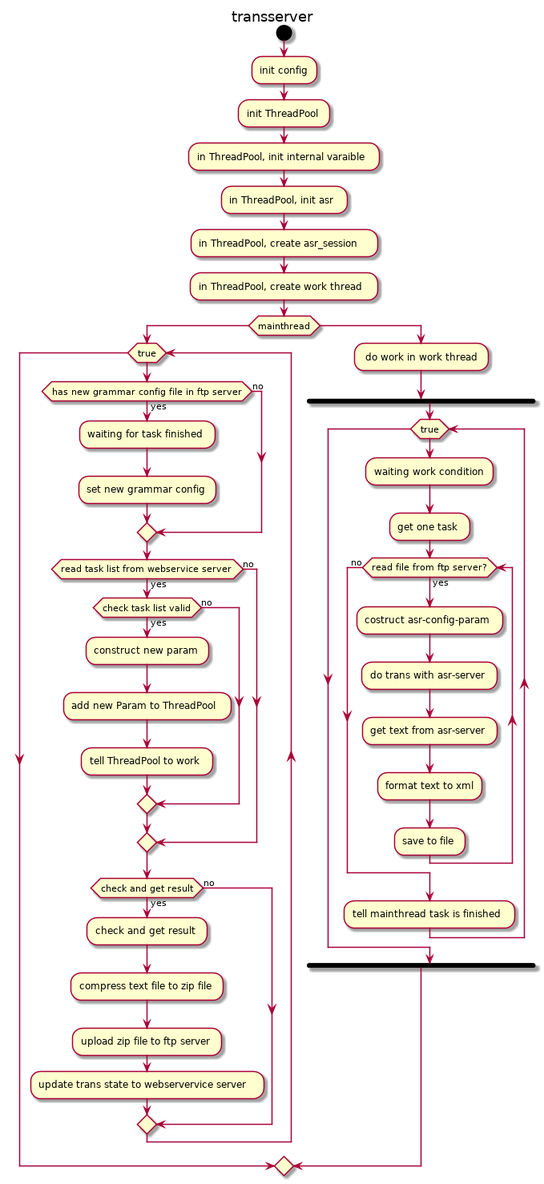
Earlier version of the PlantUML export practise/plantuml/transserver.png (sczzq/symmetrical-spoon). The source it was exported from:
```plantuml
@startuml

title transserver

start

:init config;
:init ThreadPool;
:in ThreadPool, init internal varaible;
:in ThreadPool, init asr;
:in ThreadPool, create asr_session;
:in ThreadPool, create work thread;
if (mainthread)
	while (true)
		if (has new grammar config file in ftp server) then (yes)
			:waiting for task finished;
			:set new grammar config;
		else (no)
		endif
		if (read task list from webservice server) then (yes)
			if (check task list valid) then (yes)
				:construct new param;
				:add new Param to ThreadPool;
				:tell ThreadPool to work;
			else (no)
			endif
		else (no)
		endif
		if (check and get result) then (yes)
			:check and get result;
			:compress text file to zip file;
			:upload zip file to ftp server;
			:update trans state to webservervice server;
		else (no)
		endif
	endwhile
else
	: do work in work thread;
	fork
		while (true)
		    :waiting work condition;
		    :get one task;
			while (read file from ftp server?) is (yes)
				:costruct asr-config-param;
				:do trans with asr-server;
				:get text from asr-server;
				:format text to xml;
				:save to file;
			endwhile (no)
			:tell mainthread task is finished;
		endwhile
	end fork
endif


@enduml
```
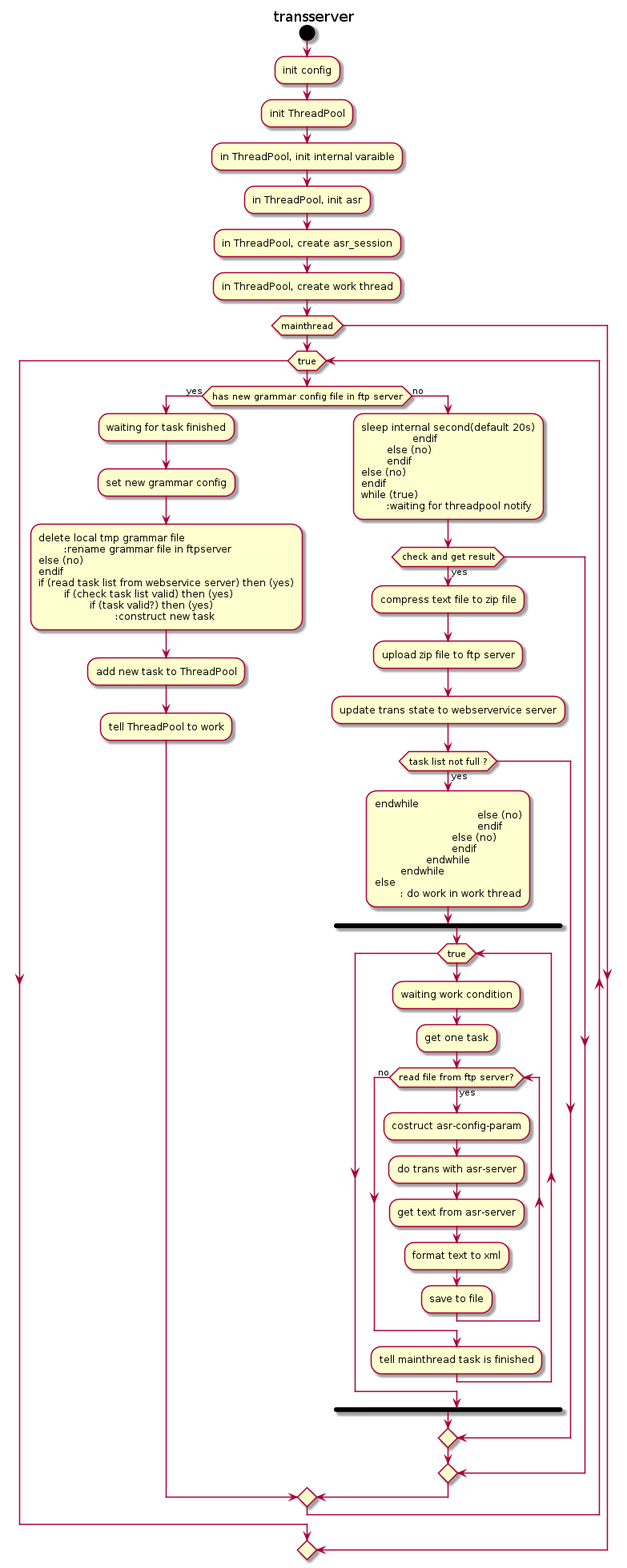
After the change.

Change to the diagram source:
```diff
@@ -15,24 +15,36 @@
 		if (has new grammar config file in ftp server) then (yes)
 			:waiting for task finished;
 			:set new grammar config;
+			:delete local tmp grammar file
+			:rename grammar file in ftpserver
 		else (no)
 		endif
 		if (read task list from webservice server) then (yes)
 			if (check task list valid) then (yes)
-				:construct new param;
-				:add new Param to ThreadPool;
-				:tell ThreadPool to work;
+				if (task valid?) then (yes)
+					:construct new task;
+					:add new task to ThreadPool;
+					:tell ThreadPool to work;
+				else (no)
+					:sleep internal second(default 20s)
+				endif
 			else (no)
 			endif
 		else (no)
 		endif
-		if (check and get result) then (yes)
-			:check and get result;
-			:compress text file to zip file;
-			:upload zip file to ftp server;
-			:update trans state to webservervice server;
-		else (no)
-		endif
+		while (true)
+			:waiting for threadpool notify;
+			if (check and get result) then (yes)
+				:compress text file to zip file;
+				:upload zip file to ftp server;
+				:update trans state to webservervice server;
+				if (task list not full ?) then (yes)
+					:endwhile
+				else (no)
+				endif
+			else (no)
+			endif
+		endwhile
 	endwhile
 else
 	: do work in work thread;
```
